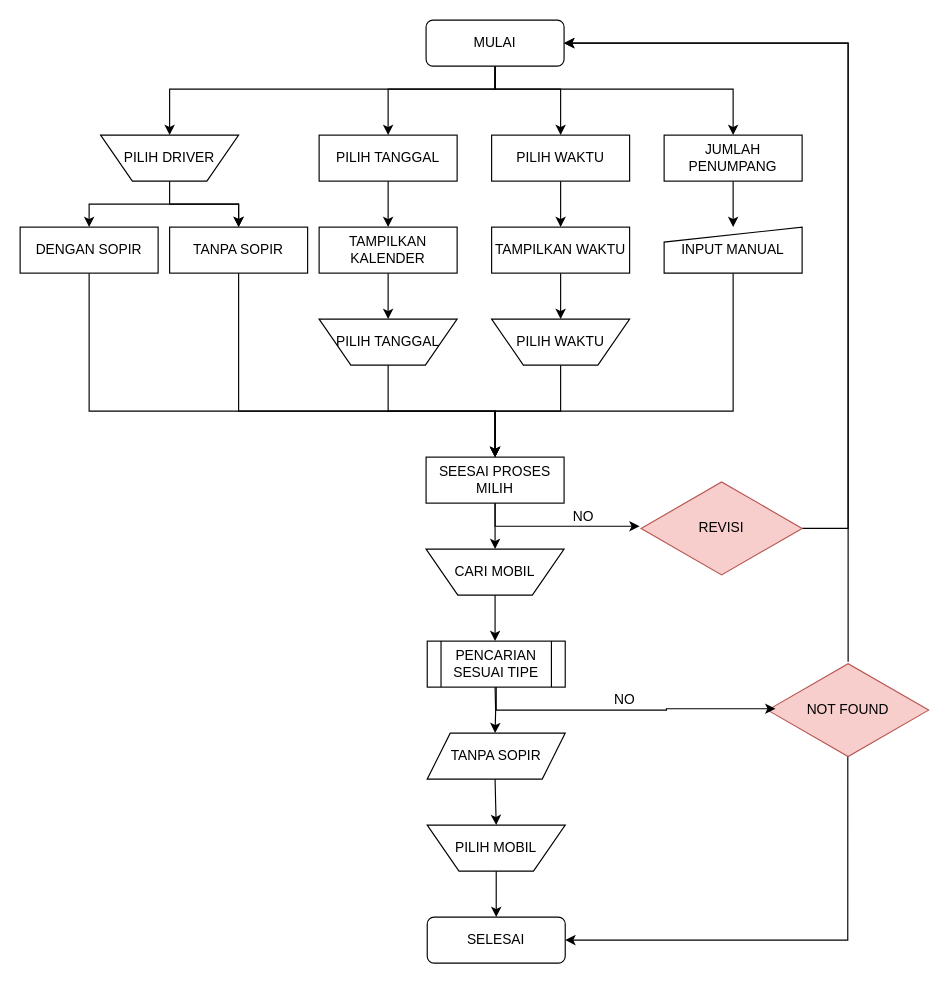
Genius001/training-html keeps this draw.io diagram as assets/Untitled Diagram.drawio. Above is the earlier version. Source tidied: cells renumbered, new cells numbered last; positions are measured from the earlier drawing's top-left corner, leaving out a move shared by most shapes. Both pictures are drawn from the tidied source at 115%, with x=0, y=0 at pixel (20, 20).
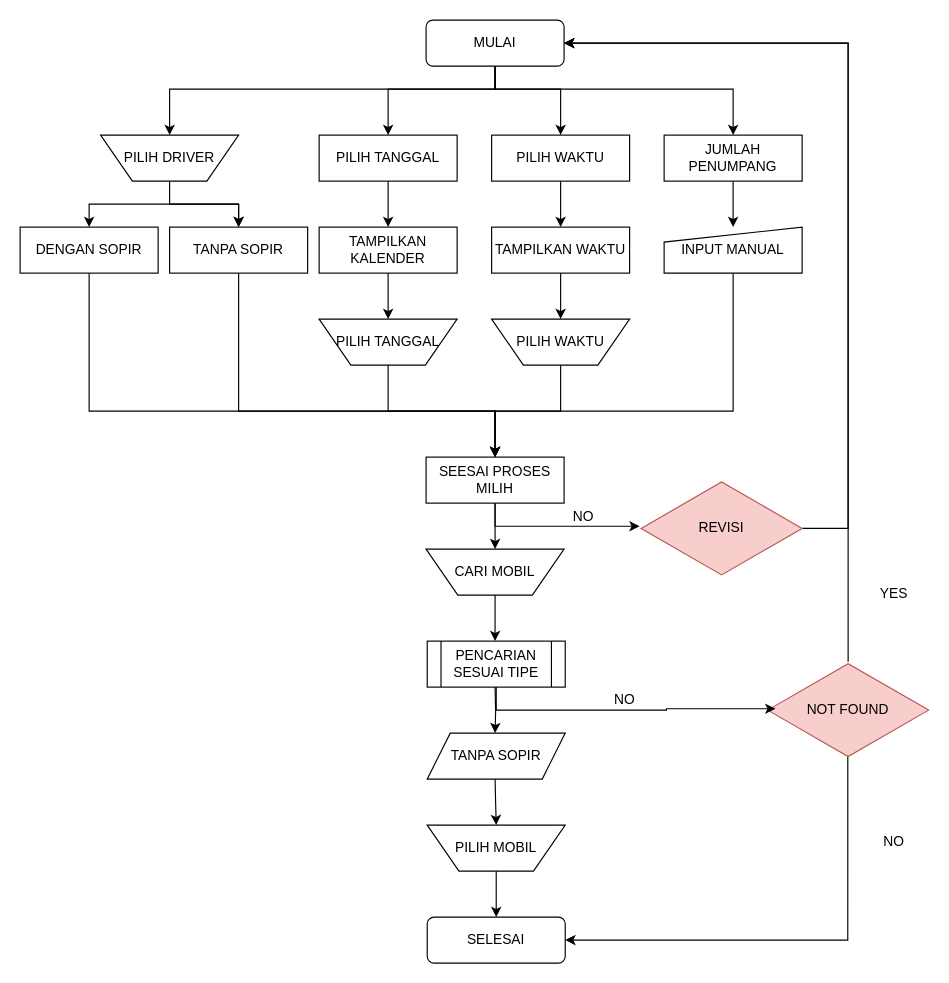
Above is the later version.

The edit, as a diff of the source:
```diff
@@
+    <mxCell id="51" value="NO" style="text;html=1;align=center;verticalAlign=middle;whiteSpace=wrap;rounded=0;" parent="1" vertex="1">
+      <mxGeometry x="730" y="700" width="60" height="30" as="geometry" />
+    </mxCell>
+    <mxCell id="52" value="YES" style="text;html=1;align=center;verticalAlign=middle;whiteSpace=wrap;rounded=0;" parent="1" vertex="1">
+      <mxGeometry x="730" y="484" width="60" height="30" as="geometry" />
+    </mxCell>
```
